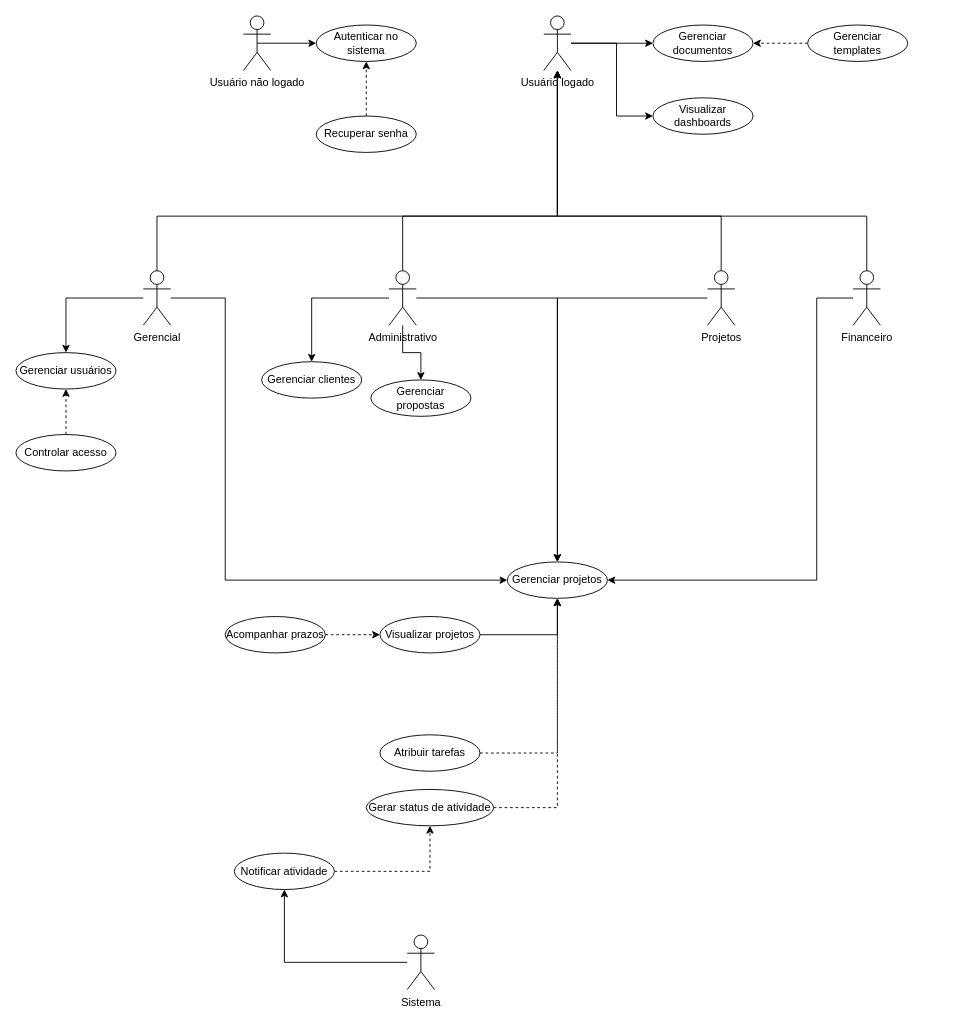
This is Trabalho/DiagramaCasoUso_ES2.drawio from nicolehagemeister/ES2N, a draw.io file, before an edit. Source tidied: cells renumbered, new cells numbered last; positions are measured from the earlier drawing's top-left corner, leaving out a move shared by most shapes. Both pictures are drawn from the tidied source at 91%, with x=0, y=0 at pixel (15, 15).
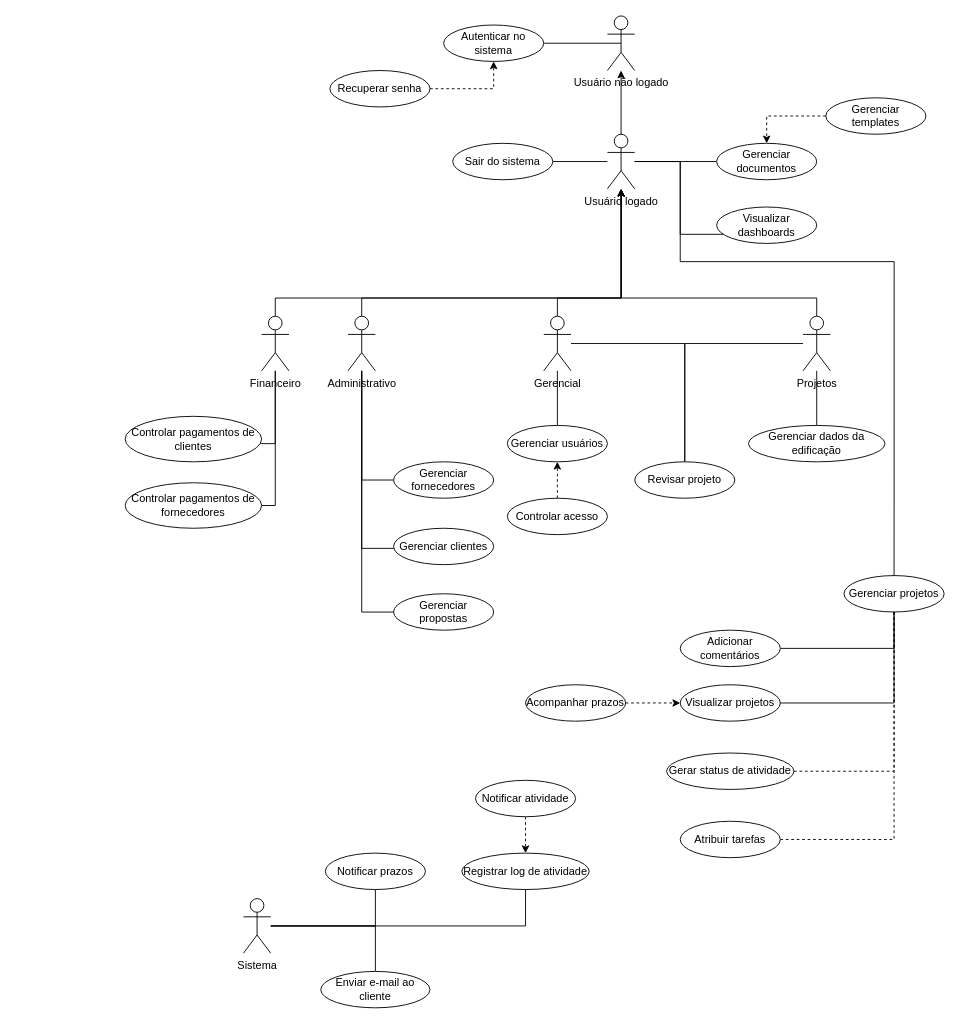
The same page after the edit.

What changed in the source:
```diff
@@
-    <mxCell id="2" style="edgeStyle=orthogonalEdgeStyle;rounded=0;jettySize=auto;html=1;exitX=0.5;exitY=0.5;exitDx=0;exitDy=0;exitPerimeter=0;" parent="1" edge="1" source="3" target="6">
+    <mxCell id="2" style="edgeStyle=orthogonalEdgeStyle;rounded=0;jettySize=auto;html=1;exitX=0.5;exitY=0.5;exitDx=0;exitDy=0;exitPerimeter=0;endArrow=none;endFill=0;" parent="1" edge="1" source="3" target="6">
       <mxGeometry relative="1" as="geometry" />
     </mxCell>
     <mxCell id="3" value="Usuário não logado" style="shape=umlActor;verticalLabelPosition=bottom;verticalAlign=top;html=1;outlineConnect=0;" parent="1" vertex="1">
-      <mxGeometry x="250" width="30" height="60" as="geometry" />
+      <mxGeometry x="650" width="30" height="60" as="geometry" />
     </mxCell>
-    <mxCell id="4" style="edgeStyle=orthogonalEdgeStyle;rounded=0;jettySize=auto;html=1;" parent="1" edge="1" source="5" target="9">
+    <mxCell id="4" style="edgeStyle=orthogonalEdgeStyle;rounded=0;jettySize=auto;html=1;endArrow=none;endFill=0;" parent="1" edge="1" source="5" target="9">
       <mxGeometry relative="1" as="geometry" />
     </mxCell>
+    <mxCell id="47" style="edgeStyle=orthogonalEdgeStyle;rounded=0;jettySize=auto;html=1;endArrow=none;endFill=0;" parent="1" edge="1" source="5" target="69">
+      <mxGeometry relative="1" as="geometry" />
+    </mxCell>
+    <mxCell id="48" style="edgeStyle=orthogonalEdgeStyle;rounded=0;jettySize=auto;html=1;endArrow=none;endFill=0;" parent="1" edge="1" source="5" target="33">
+      <mxGeometry relative="1" as="geometry">
+        <Array as="points">
+          <mxPoint x="730" y="160" />
+          <mxPoint x="730" y="270" />
+          <mxPoint x="965.1" y="270" />
+        </Array>
+      </mxGeometry>
+    </mxCell>
+    <mxCell id="49" style="edgeStyle=orthogonalEdgeStyle;rounded=0;jettySize=auto;html=1;" parent="1" edge="1" source="5" target="3">
+      <mxGeometry relative="1" as="geometry" />
+    </mxCell>
     <mxCell id="5" value="Usuário&amp;nbsp;&lt;span style=&quot;background-color: transparent; color: light-dark(rgb(0, 0, 0), rgb(255, 255, 255));&quot;&gt;logado&lt;/span&gt;" style="shape=umlActor;verticalLabelPosition=bottom;verticalAlign=top;html=1;outlineConnect=0;" parent="1" vertex="1">
-      <mxGeometry x="580" width="30" height="60" as="geometry" />
+      <mxGeometry x="650" y="130" width="30" height="60" as="geometry" />
     </mxCell>
     <mxCell id="6" value="Autenticar no sistema" style="ellipse;whiteSpace=wrap;html=1;shapeInside=1;" parent="1" vertex="1">
-      <mxGeometry x="330" y="10" width="110" height="40" as="geometry" />
+      <mxGeometry x="470" y="10" width="110" height="40" as="geometry" />
     </mxCell>
@@
     <mxCell id="8" value="Recuperar senha" style="ellipse;whiteSpace=wrap;html=1;shapeInside=1;" parent="1" vertex="1">
-      <mxGeometry x="330" y="110" width="110" height="40" as="geometry" />
+      <mxGeometry x="345" y="60" width="110" height="40" as="geometry" />
     </mxCell>
     <mxCell id="9" value="Gerenciar documentos" style="ellipse;whiteSpace=wrap;html=1;shapeInside=1;" parent="1" vertex="1">
-      <mxGeometry x="700" y="10" width="110" height="40" as="geometry" />
+      <mxGeometry x="770" y="140" width="110" height="40" as="geometry" />
     </mxCell>
     <mxCell id="10" style="edgeStyle=orthogonalEdgeStyle;rounded=0;jettySize=auto;html=1;dashed=1;" parent="1" edge="1" source="11" target="9">
-      <mxGeometry relative="1" as="geometry" />
+      <mxGeometry x="0.01" relative="1" as="geometry" />
     </mxCell>
     <mxCell id="11" value="Gerenciar templates" style="ellipse;whiteSpace=wrap;html=1;shapeInside=1;" parent="1" vertex="1">
-      <mxGeometry x="870" y="10" width="110" height="40" as="geometry" />
+      <mxGeometry x="890" y="90" width="110" height="40" as="geometry" />
     </mxCell>
     <mxCell id="12" value="Visualizar dashboards" style="ellipse;whiteSpace=wrap;html=1;shapeInside=1;" parent="1" vertex="1">
-      <mxGeometry x="700" y="90" width="110" height="40" as="geometry" />
+      <mxGeometry x="770" y="210" width="110" height="40" as="geometry" />
     </mxCell>
-    <mxCell id="13" style="edgeStyle=orthogonalEdgeStyle;rounded=0;jettySize=auto;html=1;" parent="1" edge="1" target="12">
+    <mxCell id="13" style="edgeStyle=orthogonalEdgeStyle;rounded=0;jettySize=auto;html=1;endArrow=none;endFill=0;" parent="1" edge="1" target="12">
       <mxGeometry relative="1" as="geometry">
-        <mxPoint x="610" y="30" as="sourcePoint" />
+        <mxPoint x="680" y="160" as="sourcePoint" />
         <Array as="points">
-          <mxPoint x="660" y="30" />
-          <mxPoint x="660" y="110" />
+          <mxPoint x="730" y="160" />
+          <mxPoint x="730" y="240" />
         </Array>
       </mxGeometry>
     </mxCell>
-    <mxCell id="14" style="edgeStyle=orthogonalEdgeStyle;rounded=0;jettySize=auto;html=1;" parent="1" edge="1" source="17" target="29">
+    <mxCell id="14" style="edgeStyle=orthogonalEdgeStyle;rounded=0;jettySize=auto;html=1;endArrow=none;endFill=0;" parent="1" edge="1" source="17" target="29">
       <mxGeometry relative="1" as="geometry" />
     </mxCell>
-    <mxCell id="15" style="edgeStyle=orthogonalEdgeStyle;rounded=0;jettySize=auto;html=1;entryX=0;entryY=0.5;entryDx=0;entryDy=0;" parent="1" edge="1" source="17" target="33">
-      <mxGeometry relative="1" as="geometry">
-        <Array as="points">
-          <mxPoint x="230" y="310" />
-          <mxPoint x="230" y="620" />
-        </Array>
-      </mxGeometry>
-    </mxCell>
+    <mxCell id="50" style="edgeStyle=orthogonalEdgeStyle;rounded=0;jettySize=auto;html=1;endArrow=none;endFill=0;" parent="1" edge="1" source="17" target="70">
+      <mxGeometry relative="1" as="geometry" />
+    </mxCell>
     <mxCell id="16" style="edgeStyle=orthogonalEdgeStyle;rounded=0;jettySize=auto;html=1;" parent="1" edge="1" source="17" target="5">
       <mxGeometry relative="1" as="geometry">
         <Array as="points">
-          <mxPoint x="155.1" y="220" />
-          <mxPoint x="595.1" y="220" />
+          <mxPoint x="595.1" y="310" />
+          <mxPoint x="665.1" y="310" />
         </Array>
       </mxGeometry>
     </mxCell>
     <mxCell id="17" value="Gerencial" style="shape=umlActor;verticalLabelPosition=bottom;verticalAlign=top;html=1;outlineConnect=0;" parent="1" vertex="1">
-      <mxGeometry x="140" y="280" width="30" height="60" as="geometry" />
+      <mxGeometry x="580" y="330" width="30" height="60" as="geometry" />
     </mxCell>
+    <mxCell id="19" style="edgeStyle=orthogonalEdgeStyle;rounded=0;jettySize=auto;html=1;endArrow=none;endFill=0;" parent="1" edge="1" source="22" target="32">
+      <mxGeometry relative="1" as="geometry">
+        <Array as="points">
+          <mxPoint x="380.1" y="585.1" />
+        </Array>
+      </mxGeometry>
+    </mxCell>
+    <mxCell id="51" style="edgeStyle=orthogonalEdgeStyle;rounded=0;jettySize=auto;html=1;endArrow=none;endFill=0;" parent="1" edge="1" source="22" target="67">
+      <mxGeometry relative="1" as="geometry">
+        <Array as="points">
+          <mxPoint x="380.1" y="510" />
+          <mxPoint x="450.1" y="510" />
+        </Array>
+      </mxGeometry>
+    </mxCell>
+    <mxCell id="20" style="edgeStyle=orthogonalEdgeStyle;rounded=0;jettySize=auto;html=1;endArrow=none;endFill=0;" parent="1" edge="1" source="22" target="34">
+      <mxGeometry relative="1" as="geometry">
+        <Array as="points">
+          <mxPoint x="380.1" y="655.1" />
+        </Array>
+      </mxGeometry>
+    </mxCell>
     <mxCell id="18" style="edgeStyle=orthogonalEdgeStyle;rounded=0;jettySize=auto;html=1;" parent="1" edge="1" source="22" target="5">
       <mxGeometry relative="1" as="geometry">
         <Array as="points">
-          <mxPoint x="425" y="220" />
-          <mxPoint x="595" y="220" />
+          <mxPoint x="380" y="310" />
+          <mxPoint x="665.1" y="310" />
         </Array>
       </mxGeometry>
     </mxCell>
-    <mxCell id="19" style="edgeStyle=orthogonalEdgeStyle;rounded=0;jettySize=auto;html=1;" parent="1" edge="1" source="22" target="32">
-      <mxGeometry relative="1" as="geometry" />
-    </mxCell>
-    <mxCell id="20" style="edgeStyle=orthogonalEdgeStyle;rounded=0;jettySize=auto;html=1;" parent="1" edge="1" source="22" target="34">
-      <mxGeometry relative="1" as="geometry" />
-    </mxCell>
-    <mxCell id="21" style="edgeStyle=orthogonalEdgeStyle;rounded=0;jettySize=auto;html=1;entryX=0.5;entryY=0;entryDx=0;entryDy=0;" parent="1" edge="1" source="22" target="33">
-      <mxGeometry relative="1" as="geometry" />
-    </mxCell>
     <mxCell id="22" value="Administrativo" style="shape=umlActor;verticalLabelPosition=bottom;verticalAlign=top;html=1;outlineConnect=0;" parent="1" vertex="1">
-      <mxGeometry x="410" y="280" width="30" height="60" as="geometry" />
+      <mxGeometry x="365" y="330" width="30" height="60" as="geometry" />
     </mxCell>
+    <mxCell id="52" style="edgeStyle=orthogonalEdgeStyle;rounded=0;jettySize=auto;html=1;endArrow=none;endFill=0;" parent="1" edge="1" source="25" target="66">
+      <mxGeometry relative="1" as="geometry" />
+    </mxCell>
+    <mxCell id="53" style="edgeStyle=orthogonalEdgeStyle;rounded=0;jettySize=auto;html=1;endArrow=none;endFill=0;" parent="1" edge="1" source="25" target="70">
+      <mxGeometry relative="1" as="geometry" />
+    </mxCell>
     <mxCell id="23" style="edgeStyle=orthogonalEdgeStyle;rounded=0;jettySize=auto;html=1;" parent="1" edge="1" source="25" target="5">
       <mxGeometry relative="1" as="geometry">
         <Array as="points">
-          <mxPoint x="775" y="220" />
-          <mxPoint x="595" y="220" />
+          <mxPoint x="880" y="310" />
+          <mxPoint x="665.1" y="310" />
         </Array>
       </mxGeometry>
     </mxCell>
-    <mxCell id="24" style="edgeStyle=orthogonalEdgeStyle;rounded=0;jettySize=auto;html=1;" parent="1" edge="1" source="25" target="33">
-      <mxGeometry relative="1" as="geometry" />
-    </mxCell>
     <mxCell id="25" value="Projetos" style="shape=umlActor;verticalLabelPosition=bottom;verticalAlign=top;html=1;outlineConnect=0;" parent="1" vertex="1">
-      <mxGeometry x="760" y="280" width="30" height="60" as="geometry" />
+      <mxGeometry x="865" y="330" width="30" height="60" as="geometry" />
     </mxCell>
+    <mxCell id="54" style="edgeStyle=orthogonalEdgeStyle;rounded=0;jettySize=auto;html=1;endArrow=none;endFill=0;" parent="1" edge="1" source="28" target="60">
+      <mxGeometry relative="1" as="geometry">
+        <Array as="points">
+          <mxPoint x="285.1" y="470" />
+        </Array>
+      </mxGeometry>
+    </mxCell>
+    <mxCell id="55" style="edgeStyle=orthogonalEdgeStyle;rounded=0;jettySize=auto;html=1;endArrow=none;endFill=0;" parent="1" edge="1" source="28" target="61">
+      <mxGeometry relative="1" as="geometry">
+        <Array as="points">
+          <mxPoint x="285.1" y="538" />
+        </Array>
+      </mxGeometry>
+    </mxCell>
     <mxCell id="26" style="edgeStyle=orthogonalEdgeStyle;rounded=0;jettySize=auto;html=1;" parent="1" edge="1" source="28" target="5">
       <mxGeometry relative="1" as="geometry">
         <Array as="points">
-          <mxPoint x="935" y="220" />
-          <mxPoint x="595" y="220" />
+          <mxPoint x="285.1" y="310" />
+          <mxPoint x="665.1" y="310" />
         </Array>
       </mxGeometry>
     </mxCell>
-    <mxCell id="27" style="edgeStyle=orthogonalEdgeStyle;rounded=0;jettySize=auto;html=1;entryX=1;entryY=0.5;entryDx=0;entryDy=0;" parent="1" edge="1" source="28" target="33">
-      <mxGeometry relative="1" as="geometry">
-        <Array as="points">
-          <mxPoint x="880" y="310" />
-          <mxPoint x="880" y="620" />
-        </Array>
-      </mxGeometry>
-    </mxCell>
     <mxCell id="28" value="Financeiro" style="shape=umlActor;verticalLabelPosition=bottom;verticalAlign=top;html=1;outlineConnect=0;" parent="1" vertex="1">
-      <mxGeometry x="920" y="280" width="30" height="60" as="geometry" />
+      <mxGeometry x="270" y="330" width="30" height="60" as="geometry" />
     </mxCell>
     <mxCell id="29" value="Gerenciar usuários" style="ellipse;whiteSpace=wrap;html=1;shapeInside=1;" parent="1" vertex="1">
-      <mxGeometry y="370" width="110" height="40" as="geometry" />
+      <mxGeometry x="540" y="450" width="110" height="40" as="geometry" />
     </mxCell>
@@
     <mxCell id="31" value="Controlar acesso" style="ellipse;whiteSpace=wrap;html=1;shapeInside=1;" parent="1" vertex="1">
-      <mxGeometry y="460" width="110" height="40" as="geometry" />
+      <mxGeometry x="540" y="530" width="110" height="40" as="geometry" />
     </mxCell>
-    <mxCell id="32" value="Gerenciar clientes" style="ellipse;whiteSpace=wrap;html=1;shapeInside=1;" parent="1" vertex="1">
-      <mxGeometry x="270" y="380" width="110" height="40" as="geometry" />
-    </mxCell>
     <mxCell id="33" value="Gerenciar projetos" style="ellipse;whiteSpace=wrap;html=1;shapeInside=1;" parent="1" vertex="1">
-      <mxGeometry x="540" y="600" width="110" height="40" as="geometry" />
+      <mxGeometry x="910" y="615" width="110" height="40" as="geometry" />
     </mxCell>
     <mxCell id="34" value="Gerenciar propostas" style="ellipse;whiteSpace=wrap;html=1;shapeInside=1;" parent="1" vertex="1">
-      <mxGeometry x="390" y="400" width="110" height="40" as="geometry" />
+      <mxGeometry x="415" y="635" width="110" height="40" as="geometry" />
     </mxCell>
-    <mxCell id="35" style="edgeStyle=orthogonalEdgeStyle;rounded=0;jettySize=auto;html=1;dashed=1;" parent="1" edge="1" source="36" target="33">
+    <mxCell id="35" style="edgeStyle=orthogonalEdgeStyle;rounded=0;jettySize=auto;html=1;dashed=1;endArrow=none;endFill=0;" parent="1" edge="1" source="36" target="33">
       <mxGeometry relative="1" as="geometry" />
     </mxCell>
     <mxCell id="36" value="Atribuir tarefas" style="ellipse;whiteSpace=wrap;html=1;shapeInside=1;" parent="1" vertex="1">
-      <mxGeometry x="400" y="790" width="110" height="40" as="geometry" />
+      <mxGeometry x="730" y="885" width="110" height="40" as="geometry" />
     </mxCell>
-    <mxCell id="37" style="edgeStyle=orthogonalEdgeStyle;rounded=0;jettySize=auto;html=1;" parent="1" edge="1" source="38" target="33">
+    <mxCell id="37" style="edgeStyle=orthogonalEdgeStyle;rounded=0;jettySize=auto;html=1;endArrow=none;endFill=0;" parent="1" edge="1" source="38" target="33">
       <mxGeometry relative="1" as="geometry" />
     </mxCell>
     <mxCell id="38" value="Visualizar projetos" style="ellipse;whiteSpace=wrap;html=1;shapeInside=1;" parent="1" vertex="1">
-      <mxGeometry x="400" y="660" width="110" height="40" as="geometry" />
+      <mxGeometry x="730" y="735" width="110" height="40" as="geometry" />
     </mxCell>
-    <mxCell id="39" style="edgeStyle=orthogonalEdgeStyle;rounded=0;jettySize=auto;html=1;dashed=1;" parent="1" edge="1" source="40" target="33">
+    <mxCell id="39" style="edgeStyle=orthogonalEdgeStyle;rounded=0;jettySize=auto;html=1;dashed=1;endArrow=none;endFill=0;" parent="1" edge="1" source="40" target="33">
       <mxGeometry relative="1" as="geometry" />
     </mxCell>
     <mxCell id="40" value="Gerar status de atividade" style="ellipse;whiteSpace=wrap;html=1;shapeInside=1;" parent="1" vertex="1">
-      <mxGeometry x="385" y="850" width="140" height="40" as="geometry" />
+      <mxGeometry x="715" y="810" width="140" height="40" as="geometry" />
     </mxCell>
-    <mxCell id="41" style="edgeStyle=orthogonalEdgeStyle;rounded=0;jettySize=auto;html=1;" parent="1" edge="1" source="42" target="44">
-      <mxGeometry relative="1" as="geometry" />
-    </mxCell>
+    <mxCell id="56" style="edgeStyle=orthogonalEdgeStyle;rounded=0;jettySize=auto;html=1;endArrow=none;endFill=0;" parent="1" edge="1" source="42" target="65">
+      <mxGeometry relative="1" as="geometry" />
+    </mxCell>
+    <mxCell id="57" style="edgeStyle=orthogonalEdgeStyle;rounded=0;jettySize=auto;html=1;endArrow=none;endFill=0;" parent="1" edge="1" source="42" target="68">
+      <mxGeometry relative="1" as="geometry" />
+    </mxCell>
+    <mxCell id="58" style="edgeStyle=orthogonalEdgeStyle;rounded=0;jettySize=auto;html=1;endArrow=none;endFill=0;" parent="1" edge="1" source="42" target="62">
+      <mxGeometry relative="1" as="geometry" />
+    </mxCell>
     <mxCell id="42" value="Sistema" style="shape=umlActor;verticalLabelPosition=bottom;verticalAlign=top;html=1;outlineConnect=0;" parent="1" vertex="1">
-      <mxGeometry x="430" y="1010" width="30" height="60" as="geometry" />
+      <mxGeometry x="250" y="970" width="30" height="60" as="geometry" />
     </mxCell>
-    <mxCell id="43" style="edgeStyle=orthogonalEdgeStyle;rounded=0;jettySize=auto;html=1;dashed=1;" parent="1" edge="1" source="44" target="40">
-      <mxGeometry relative="1" as="geometry" />
-    </mxCell>
+    <mxCell id="59" style="edgeStyle=orthogonalEdgeStyle;rounded=0;jettySize=auto;html=1;dashed=1;" parent="1" edge="1" source="44" target="65">
+      <mxGeometry relative="1" as="geometry" />
+    </mxCell>
     <mxCell id="44" value="Notificar atividade" style="ellipse;whiteSpace=wrap;html=1;shapeInside=1;" parent="1" vertex="1">
-      <mxGeometry x="240" y="920" width="110" height="40" as="geometry" />
+      <mxGeometry x="505" y="840" width="110" height="40" as="geometry" />
     </mxCell>
@@
     <mxCell id="46" value="Acompanhar prazos" style="ellipse;whiteSpace=wrap;html=1;shapeInside=1;" parent="1" vertex="1">
-      <mxGeometry x="230" y="660" width="110" height="40" as="geometry" />
+      <mxGeometry x="560" y="735" width="110" height="40" as="geometry" />
     </mxCell>
+    <mxCell id="60" value="Controlar pagamentos de clientes" style="ellipse;whiteSpace=wrap;html=1;shapeInside=1;" parent="1" vertex="1">
+      <mxGeometry x="120" y="440" width="150" height="50" as="geometry" />
+    </mxCell>
+    <mxCell id="61" value="Controlar pagamentos de fornecedores" style="ellipse;whiteSpace=wrap;html=1;shapeInside=1;" parent="1" vertex="1">
+      <mxGeometry x="120" y="513" width="150" height="50" as="geometry" />
+    </mxCell>
+    <mxCell id="62" value="Enviar e-mail ao cliente" style="ellipse;whiteSpace=wrap;html=1;shapeInside=1;" parent="1" vertex="1">
+      <mxGeometry x="335" y="1050" width="120" height="40" as="geometry" />
+    </mxCell>
+    <mxCell id="63" style="edgeStyle=orthogonalEdgeStyle;rounded=0;jettySize=auto;html=1;endArrow=none;endFill=0;" parent="1" edge="1" source="64" target="33">
+      <mxGeometry relative="1" as="geometry" />
+    </mxCell>
+    <mxCell id="64" value="Adicionar comentários" style="ellipse;whiteSpace=wrap;html=1;shapeInside=1;" parent="1" vertex="1">
+      <mxGeometry x="730" y="675" width="110" height="40" as="geometry" />
+    </mxCell>
+    <mxCell id="65" value="Registrar log de atividade" style="ellipse;whiteSpace=wrap;html=1;shapeInside=1;" parent="1" vertex="1">
+      <mxGeometry x="490" y="920" width="140" height="40" as="geometry" />
+    </mxCell>
+    <mxCell id="66" value="Gerenciar dados da edificação" style="ellipse;whiteSpace=wrap;html=1;shapeInside=1;" parent="1" vertex="1">
+      <mxGeometry x="805" y="450" width="150" height="40" as="geometry" />
+    </mxCell>
+    <mxCell id="67" value="Gerenciar fornecedores" style="ellipse;whiteSpace=wrap;html=1;shapeInside=1;" parent="1" vertex="1">
+      <mxGeometry x="415" y="490" width="110" height="40" as="geometry" />
+    </mxCell>
+    <mxCell id="68" value="Notificar prazos" style="ellipse;whiteSpace=wrap;html=1;shapeInside=1;" parent="1" vertex="1">
+      <mxGeometry x="340" y="920" width="110" height="40" as="geometry" />
+    </mxCell>
+    <mxCell id="69" value="Sair do sistema" style="ellipse;whiteSpace=wrap;html=1;shapeInside=1;" parent="1" vertex="1">
+      <mxGeometry x="480" y="140" width="110" height="40" as="geometry" />
+    </mxCell>
+    <mxCell id="70" value="Revisar projeto" style="ellipse;whiteSpace=wrap;html=1;shapeInside=1;" parent="1" vertex="1">
+      <mxGeometry x="680" y="490" width="110" height="40" as="geometry" />
+    </mxCell>
+    <mxCell id="32" value="Gerenciar clientes" style="ellipse;whiteSpace=wrap;html=1;shapeInside=1;" parent="1" vertex="1">
+      <mxGeometry x="415" y="563" width="110" height="40" as="geometry" />
+    </mxCell>
```
